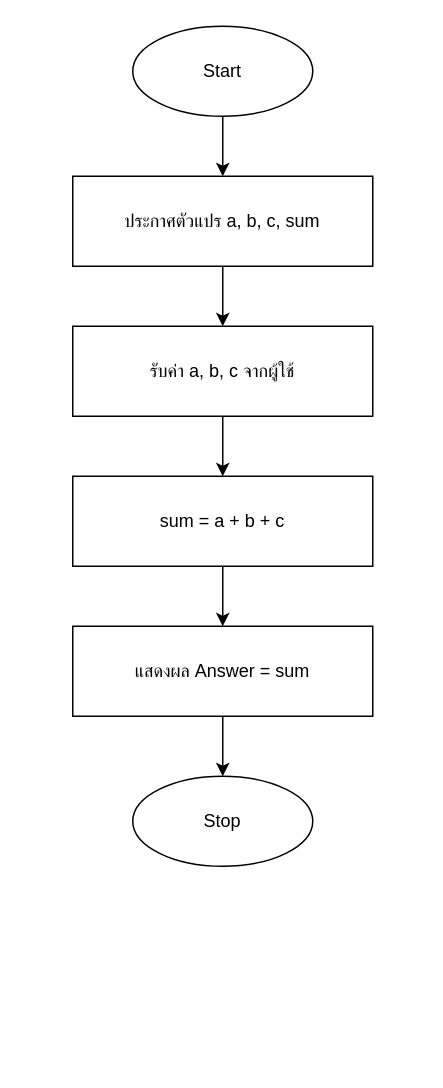
Earlier version of the draw.io diagram ComPro/ENGCC304 -Lab-1.1/ENGCC304 -Lab-1.1.drawio (FeeWarapakon/ENGCC304). Source tidied: cells renumbered, new cells numbered last; positions are measured from the earlier drawing's top-left corner, leaving out a move shared by most shapes. Both pictures are drawn from the tidied source at 150%, with x=0, y=0 at pixel (72, 26).
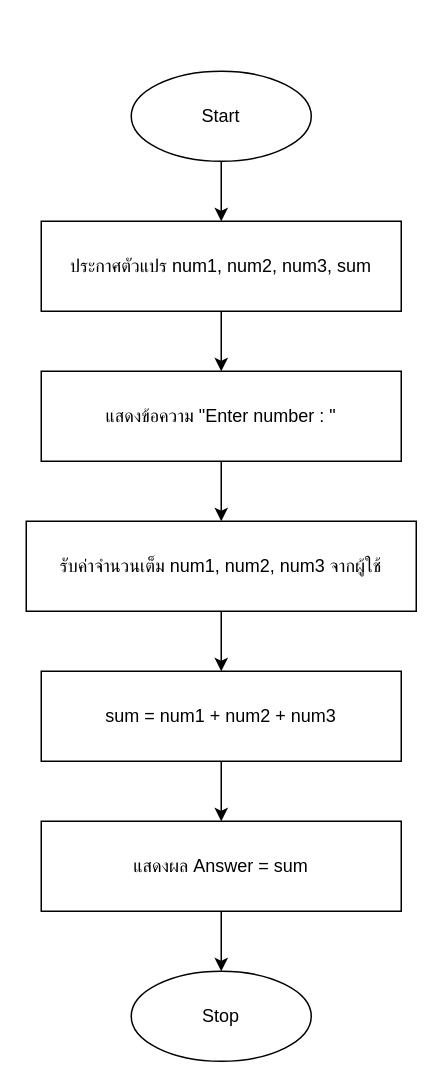
After the change.

Change to the diagram source:
```diff
@@
 <mxGraphModel>
   <root>
     <mxCell id="0" />
     <mxCell id="1" parent="0" />
     <mxCell id="2" value="Start" style="ellipse;whiteSpace=wrap;html=1;" parent="1" vertex="1">
-      <mxGeometry x="40" width="120" height="60" as="geometry" />
+      <mxGeometry x="39" y="30" width="120" height="60" as="geometry" />
     </mxCell>
-    <mxCell id="3" value="ประกาศตัวแปร a, b, c, sum" style="rectangle;whiteSpace=wrap;html=1;" parent="1" vertex="1">
-      <mxGeometry y="100" width="200" height="60" as="geometry" />
-    </mxCell>
-    <mxCell id="4" value="รับค่า a, b, c จากผู้ใช้" style="parallelogram;whiteSpace=wrap;html=1;" parent="1" vertex="1">
-      <mxGeometry y="200" width="200" height="60" as="geometry" />
-    </mxCell>
-    <mxCell id="5" value="sum = a + b + c" style="rectangle;whiteSpace=wrap;html=1;" parent="1" vertex="1">
-      <mxGeometry y="300" width="200" height="60" as="geometry" />
-    </mxCell>
+    <mxCell id="13" value="ประกาศตัวแปร num1, num2, num3, sum" style="rectangle;whiteSpace=wrap;html=1;" parent="1" vertex="1">
+      <mxGeometry x="-21" y="130" width="240" height="60" as="geometry" />
+    </mxCell>
+    <mxCell id="14" value="แสดงข้อความ &quot;Enter number : &quot;" style="parallelogram;whiteSpace=wrap;html=1;" parent="1" vertex="1">
+      <mxGeometry x="-21" y="230" width="240" height="60" as="geometry" />
+    </mxCell>
+    <mxCell id="15" value="รับค่าจำนวนเต็ม num1, num2, num3 จากผู้ใช้" style="parallelogram;whiteSpace=wrap;html=1;" parent="1" vertex="1">
+      <mxGeometry x="-31" y="330" width="260" height="60" as="geometry" />
+    </mxCell>
+    <mxCell id="16" value="sum = num1 + num2 + num3" style="rectangle;whiteSpace=wrap;html=1;" parent="1" vertex="1">
+      <mxGeometry x="-21" y="430" width="240" height="60" as="geometry" />
+    </mxCell>
     <mxCell id="6" value="แสดงผล Answer = sum" style="parallelogram;whiteSpace=wrap;html=1;" parent="1" vertex="1">
-      <mxGeometry y="400" width="200" height="60" as="geometry" />
+      <mxGeometry x="-21" y="530" width="240" height="60" as="geometry" />
     </mxCell>
     <mxCell id="7" value="Stop" style="ellipse;whiteSpace=wrap;html=1;" parent="1" vertex="1">
-      <mxGeometry x="40" y="500" width="120" height="60" as="geometry" />
+      <mxGeometry x="39" y="630" width="120" height="60" as="geometry" />
     </mxCell>
-    <mxCell id="8" style="edgeStyle=orthogonalEdgeStyle;rounded=0;jettySize=auto;html=1;" parent="1" edge="1" source="2" target="3">
-      <mxGeometry relative="1" as="geometry" />
-    </mxCell>
-    <mxCell id="9" style="edgeStyle=orthogonalEdgeStyle;rounded=0;jettySize=auto;html=1;" parent="1" edge="1" source="3" target="4">
-      <mxGeometry relative="1" as="geometry" />
-    </mxCell>
-    <mxCell id="10" style="edgeStyle=orthogonalEdgeStyle;rounded=0;jettySize=auto;html=1;" parent="1" edge="1" source="4" target="5">
-      <mxGeometry relative="1" as="geometry" />
-    </mxCell>
-    <mxCell id="11" style="edgeStyle=orthogonalEdgeStyle;rounded=0;jettySize=auto;html=1;" parent="1" edge="1" source="5" target="6">
-      <mxGeometry relative="1" as="geometry" />
-    </mxCell>
+    <mxCell id="17" style="edgeStyle=orthogonalEdgeStyle;rounded=0;jettySize=auto;html=1;" parent="1" edge="1" source="2" target="13">
+      <mxGeometry relative="1" as="geometry" />
+    </mxCell>
+    <mxCell id="18" style="edgeStyle=orthogonalEdgeStyle;rounded=0;jettySize=auto;html=1;" parent="1" edge="1" source="13" target="14">
+      <mxGeometry relative="1" as="geometry" />
+    </mxCell>
+    <mxCell id="19" style="edgeStyle=orthogonalEdgeStyle;rounded=0;jettySize=auto;html=1;" parent="1" edge="1" source="14" target="15">
+      <mxGeometry relative="1" as="geometry" />
+    </mxCell>
+    <mxCell id="20" style="edgeStyle=orthogonalEdgeStyle;rounded=0;jettySize=auto;html=1;" parent="1" edge="1" source="15" target="16">
+      <mxGeometry relative="1" as="geometry" />
+    </mxCell>
+    <mxCell id="21" style="edgeStyle=orthogonalEdgeStyle;rounded=0;jettySize=auto;html=1;" parent="1" edge="1" source="16" target="6">
+      <mxGeometry relative="1" as="geometry" />
+    </mxCell>
     <mxCell id="12" style="edgeStyle=orthogonalEdgeStyle;rounded=0;jettySize=auto;html=1;" parent="1" edge="1" source="6" target="7">
       <mxGeometry relative="1" as="geometry" />
     </mxCell>
   </root>
 </mxGraphModel>
```
